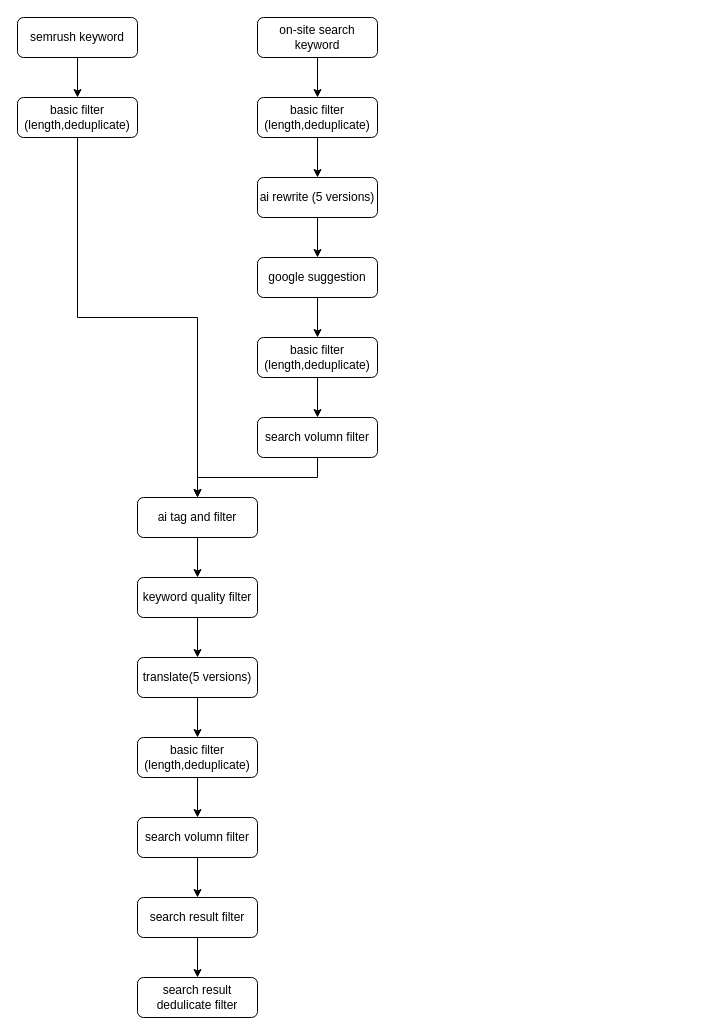
VisableHarry/seo-drawio keeps this draw.io diagram as drawio/ep_showroom_new_page.drawio. Above is the earlier version. Source tidied: cells renumbered, new cells numbered last; positions are measured from the earlier drawing's top-left corner, leaving out a move shared by most shapes. Both pictures are drawn from the tidied source at 100%, with x=0, y=0 at pixel (17, 17).
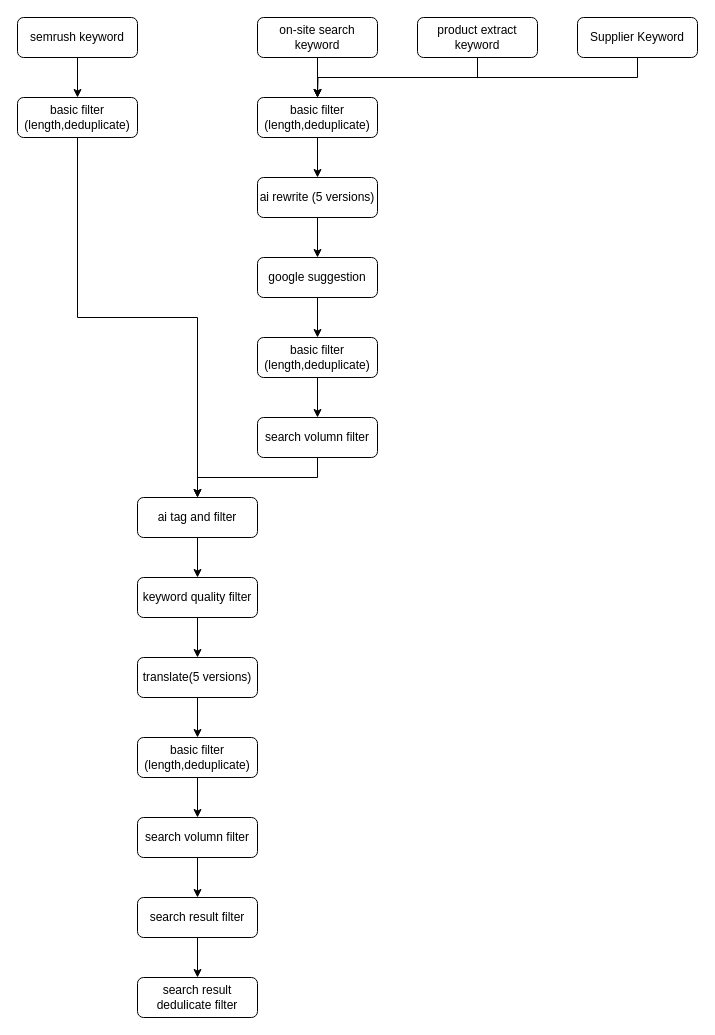
The same page after the edit.

The change refers to these unchanged cells:
```xml
<mxCell id="13" value="basic filter&lt;div&gt;(length,deduplicate)&lt;/div&gt;" style="rounded=1;whiteSpace=wrap;html=1;" parent="1" vertex="1">
  <mxGeometry x="240" y="80" width="120" height="40" as="geometry" />
</mxCell>
```

Change to the diagram source:
```diff
@@
+    <mxCell id="31" style="edgeStyle=orthogonalEdgeStyle;rounded=0;jettySize=auto;html=1;exitX=0.5;exitY=1;exitDx=0;exitDy=0;entryX=0.5;entryY=0;entryDx=0;entryDy=0;" parent="1" edge="1" source="32" target="13">
+      <mxGeometry relative="1" as="geometry" />
+    </mxCell>
+    <mxCell id="32" value="&lt;span style=&quot;text-align: left; background-color: transparent; color: light-dark(rgb(0, 0, 0), rgb(255, 255, 255));&quot;&gt;product&lt;/span&gt;&amp;nbsp;extract keyword" style="rounded=1;whiteSpace=wrap;html=1;" parent="1" vertex="1">
+      <mxGeometry x="400" width="120" height="40" as="geometry" />
+    </mxCell>
+    <mxCell id="33" style="edgeStyle=orthogonalEdgeStyle;rounded=0;jettySize=auto;html=1;exitX=0.5;exitY=1;exitDx=0;exitDy=0;" parent="1" edge="1" source="34">
+      <mxGeometry relative="1" as="geometry">
+        <mxPoint x="300" y="80" as="targetPoint" />
+      </mxGeometry>
+    </mxCell>
+    <mxCell id="34" value="Supplier Keyword" style="rounded=1;whiteSpace=wrap;html=1;" parent="1" vertex="1">
+      <mxGeometry x="560" width="120" height="40" as="geometry" />
+    </mxCell>
```
